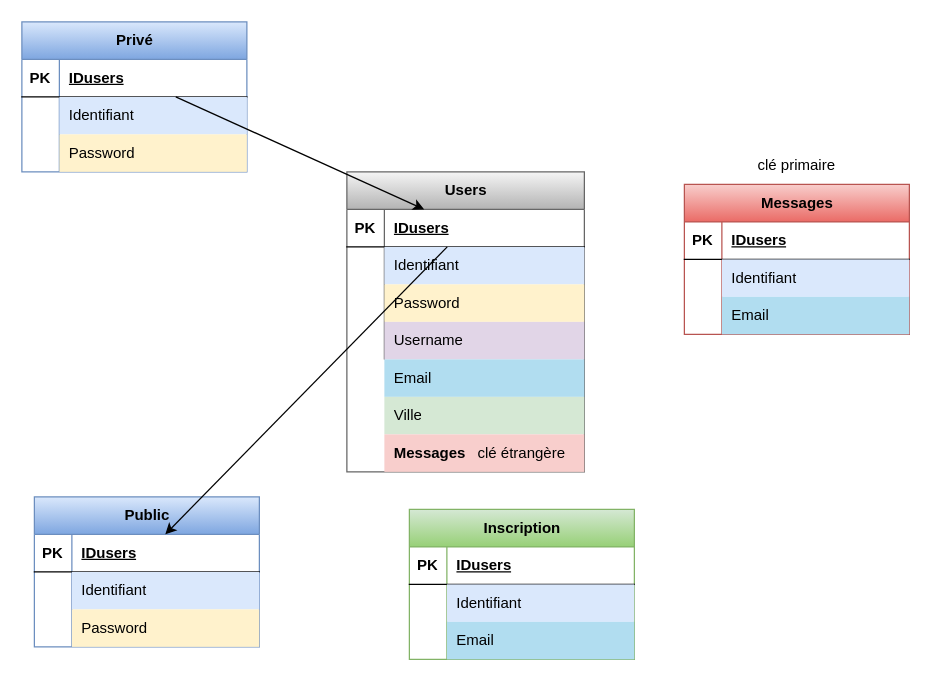
Above: sql/schema.drawio in SoleneVandercruyssen/Projet2 (draw.io), before the change. Source tidied: cells renumbered, new cells numbered last; positions are measured from the earlier drawing's top-left corner, leaving out a move shared by most shapes. Both pictures are drawn from the tidied source at 125%, with x=0, y=0 at pixel (21, 21).
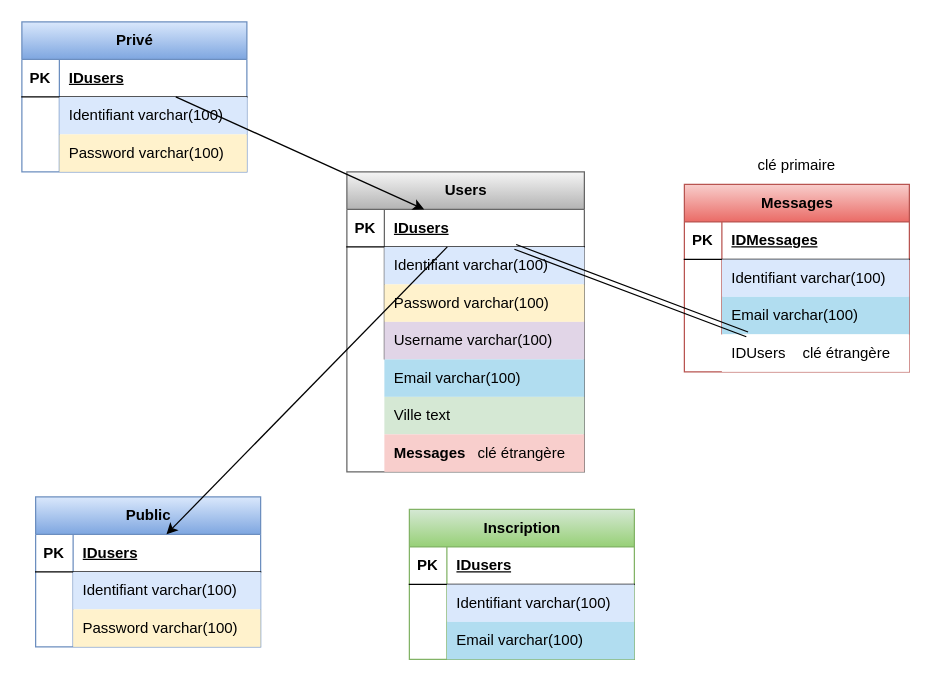
Above is the later version.

Unchanged cells that the change refers to:
```xml
<mxCell id="6" style="shape=tableRow;horizontal=0;startSize=0;swimlaneHead=0;swimlaneBody=0;fillColor=none;top=0;left=0;right=0;bottom=0;" parent="2" vertex="1">
  <mxGeometry y="60" width="180" height="30" as="geometry" />
</mxCell>
<mxCell id="9" style="shape=tableRow;horizontal=0;startSize=0;swimlaneHead=0;swimlaneBody=0;fillColor=none;top=0;left=0;right=0;bottom=0;" parent="2" vertex="1">
  <mxGeometry y="90" width="180" height="30" as="geometry" />
</mxCell>
<mxCell id="13" style="shape=tableRow;horizontal=0;startSize=0;swimlaneHead=0;swimlaneBody=0;fillColor=none;points=[[0,0.5],[1,0.5]];portConstraint=eastwest;top=0;left=0;right=0;bottom=1;" parent="12" vertex="1">
  <mxGeometry y="30" width="190" height="30" as="geometry" />
</mxCell>
<mxCell id="16" style="shape=tableRow;horizontal=0;startSize=0;swimlaneHead=0;swimlaneBody=0;fillColor=none;top=0;left=0;right=0;bottom=0;" parent="12" vertex="1">
  <mxGeometry y="60" width="190" height="30" as="geometry" />
</mxCell>
<mxCell id="19" style="shape=tableRow;horizontal=0;startSize=0;swimlaneHead=0;swimlaneBody=0;fillColor=none;top=0;left=0;right=0;bottom=0;" parent="12" vertex="1">
  <mxGeometry y="90" width="190" height="30" as="geometry" />
</mxCell>
<mxCell id="22" style="shape=tableRow;horizontal=0;startSize=0;swimlaneHead=0;swimlaneBody=0;fillColor=none;top=0;left=0;right=0;bottom=0;" parent="12" vertex="1">
  <mxGeometry y="120" width="190" height="30" as="geometry" />
</mxCell>
<mxCell id="31" style="shape=tableRow;horizontal=0;startSize=0;swimlaneHead=0;swimlaneBody=0;fillColor=none;top=0;left=0;right=0;bottom=0;" parent="27" vertex="1">
  <mxGeometry y="60" width="180" height="30" as="geometry" />
</mxCell>
<mxCell id="34" style="shape=tableRow;horizontal=0;startSize=0;swimlaneHead=0;swimlaneBody=0;fillColor=none;top=0;left=0;right=0;bottom=0;" parent="27" vertex="1">
  <mxGeometry y="90" width="180" height="30" as="geometry" />
</mxCell>
<mxCell id="42" style="shape=tableRow;horizontal=0;startSize=0;swimlaneHead=0;swimlaneBody=0;fillColor=none;top=0;left=0;right=0;bottom=0;" parent="38" vertex="1">
  <mxGeometry y="60" width="180" height="30" as="geometry" />
</mxCell>
<mxCell id="45" style="shape=tableRow;horizontal=0;startSize=0;swimlaneHead=0;swimlaneBody=0;fillColor=none;top=0;left=0;right=0;bottom=0;" parent="38" vertex="1">
  <mxGeometry y="90" width="180" height="30" as="geometry" />
</mxCell>
<mxCell id="51" style="shape=tableRow;horizontal=0;startSize=0;swimlaneHead=0;swimlaneBody=0;fillColor=none;top=0;left=0;right=0;bottom=1;" parent="50" vertex="1">
  <mxGeometry y="30" width="180" height="30" as="geometry" />
</mxCell>
<mxCell id="54" style="shape=tableRow;horizontal=0;startSize=0;swimlaneHead=0;swimlaneBody=0;fillColor=none;top=0;left=0;right=0;bottom=0;" parent="50" vertex="1">
  <mxGeometry y="60" width="180" height="30" as="geometry" />
</mxCell>
<mxCell id="57" style="shape=tableRow;horizontal=0;startSize=0;swimlaneHead=0;swimlaneBody=0;fillColor=none;top=0;left=0;right=0;bottom=0;" parent="50" vertex="1">
  <mxGeometry y="90" width="180" height="30" as="geometry" />
</mxCell>
```

What changed in the source:
```diff
@@
-    <mxCell id="8" value="Identifiant" style="shape=partialRectangle;fillColor=#dae8fc;top=0;left=0;bottom=0;right=0;align=left;spacingLeft=6;overflow=hidden;whiteSpace=wrap;html=1;strokeColor=#6c8ebf;" parent="6" vertex="1">
+    <mxCell id="8" value="Identifiant&amp;nbsp;&lt;span style=&quot;color: rgb(0, 0, 0);&quot;&gt;varchar(100)&lt;/span&gt;" style="shape=partialRectangle;fillColor=#dae8fc;top=0;left=0;bottom=0;right=0;align=left;spacingLeft=6;overflow=hidden;whiteSpace=wrap;html=1;strokeColor=#6c8ebf;" parent="6" vertex="1">
       <mxGeometry x="30" width="150" height="30" as="geometry" />
     </mxCell>
@@
-    <mxCell id="11" value="Password" style="shape=partialRectangle;fillColor=#fff2cc;top=0;left=0;bottom=0;right=0;align=left;spacingLeft=6;overflow=hidden;whiteSpace=wrap;html=1;strokeColor=#d6b656;" parent="9" vertex="1">
+    <mxCell id="11" value="Password&amp;nbsp;&lt;span style=&quot;color: rgb(0, 0, 0);&quot;&gt;varchar(100)&lt;/span&gt;" style="shape=partialRectangle;fillColor=#fff2cc;top=0;left=0;bottom=0;right=0;align=left;spacingLeft=6;overflow=hidden;whiteSpace=wrap;html=1;strokeColor=#d6b656;" parent="9" vertex="1">
       <mxGeometry x="30" width="150" height="30" as="geometry" />
     </mxCell>
@@
-    <mxCell id="18" value="Identifiant" style="shape=partialRectangle;fillColor=#dae8fc;top=0;left=0;bottom=0;right=0;align=left;spacingLeft=6;overflow=hidden;whiteSpace=wrap;html=1;strokeColor=#6c8ebf;" parent="16" vertex="1">
+    <mxCell id="18" value="Identifiant&amp;nbsp;&lt;span style=&quot;color: rgb(0, 0, 0);&quot;&gt;varchar(100)&lt;/span&gt;" style="shape=partialRectangle;fillColor=#dae8fc;top=0;left=0;bottom=0;right=0;align=left;spacingLeft=6;overflow=hidden;whiteSpace=wrap;html=1;strokeColor=#6c8ebf;" parent="16" vertex="1">
       <mxGeometry x="30" width="160" height="30" as="geometry" />
     </mxCell>
@@
-    <mxCell id="21" value="Password" style="shape=partialRectangle;fillColor=#fff2cc;top=0;left=0;bottom=0;right=0;align=left;spacingLeft=6;overflow=hidden;whiteSpace=wrap;html=1;strokeColor=#d6b656;" parent="19" vertex="1">
+    <mxCell id="21" value="Password&amp;nbsp;&lt;span style=&quot;color: rgb(0, 0, 0);&quot;&gt;varchar(100)&lt;/span&gt;" style="shape=partialRectangle;fillColor=#fff2cc;top=0;left=0;bottom=0;right=0;align=left;spacingLeft=6;overflow=hidden;whiteSpace=wrap;html=1;strokeColor=#d6b656;" parent="19" vertex="1">
       <mxGeometry x="30" width="160" height="30" as="geometry" />
     </mxCell>
@@
-    <mxCell id="24" value="Username" style="shape=partialRectangle;fillColor=#e1d5e7;top=0;left=0;bottom=0;right=0;align=left;spacingLeft=6;overflow=hidden;whiteSpace=wrap;html=1;strokeColor=#9673a6;" parent="22" vertex="1">
+    <mxCell id="24" value="Username&amp;nbsp;&lt;span style=&quot;color: rgb(0, 0, 0);&quot;&gt;varchar(100)&lt;/span&gt;" style="shape=partialRectangle;fillColor=#e1d5e7;top=0;left=0;bottom=0;right=0;align=left;spacingLeft=6;overflow=hidden;whiteSpace=wrap;html=1;strokeColor=#9673a6;" parent="22" vertex="1">
       <mxGeometry x="30" width="160" height="30" as="geometry" />
     </mxCell>
@@
-    <mxCell id="26" value="Email" style="shape=partialRectangle;fillColor=#b1ddf0;top=0;left=0;bottom=0;right=0;align=left;spacingLeft=6;overflow=hidden;whiteSpace=wrap;html=1;strokeColor=#10739e;" parent="1" vertex="1">
+    <mxCell id="26" value="Email&amp;nbsp;&lt;span style=&quot;color: rgb(0, 0, 0);&quot;&gt;varchar(100)&lt;/span&gt;" style="shape=partialRectangle;fillColor=#b1ddf0;top=0;left=0;bottom=0;right=0;align=left;spacingLeft=6;overflow=hidden;whiteSpace=wrap;html=1;strokeColor=#10739e;" parent="1" vertex="1">
       <mxGeometry x="290" y="270" width="160" height="30" as="geometry" />
     </mxCell>
     <mxCell id="27" value="Public" style="shape=table;startSize=30;childLayout=tableLayout;rowLines=0;fontStyle=1;align=center;html=1;fillColor=#dae8fc;gradientColor=#7ea6e0;strokeColor=#6c8ebf;" parent="1" vertex="1">
-      <mxGeometry x="10" y="380" width="180" height="120" as="geometry" />
+      <mxGeometry x="11" y="380" width="180" height="120" as="geometry" />
     </mxCell>
@@
-    <mxCell id="33" value="Identifiant" style="shape=partialRectangle;fillColor=#dae8fc;top=0;left=0;bottom=0;right=0;align=left;spacingLeft=6;overflow=hidden;whiteSpace=wrap;html=1;strokeColor=#6c8ebf;" parent="31" vertex="1">
+    <mxCell id="33" value="Identifiant&amp;nbsp;&lt;span style=&quot;color: rgb(0, 0, 0);&quot;&gt;varchar(100)&lt;/span&gt;" style="shape=partialRectangle;fillColor=#dae8fc;top=0;left=0;bottom=0;right=0;align=left;spacingLeft=6;overflow=hidden;whiteSpace=wrap;html=1;strokeColor=#6c8ebf;" parent="31" vertex="1">
       <mxGeometry x="30" width="150" height="30" as="geometry" />
     </mxCell>
@@
-    <mxCell id="36" value="Password" style="shape=partialRectangle;fillColor=#fff2cc;top=0;left=0;bottom=0;right=0;align=left;spacingLeft=6;overflow=hidden;whiteSpace=wrap;html=1;strokeColor=#d6b656;" parent="34" vertex="1">
+    <mxCell id="36" value="Password&amp;nbsp;&lt;span style=&quot;color: rgb(0, 0, 0);&quot;&gt;varchar(100)&lt;/span&gt;" style="shape=partialRectangle;fillColor=#fff2cc;top=0;left=0;bottom=0;right=0;align=left;spacingLeft=6;overflow=hidden;whiteSpace=wrap;html=1;strokeColor=#d6b656;" parent="34" vertex="1">
       <mxGeometry x="30" width="150" height="30" as="geometry" />
     </mxCell>
@@
-    <mxCell id="44" value="Identifiant" style="shape=partialRectangle;fillColor=#dae8fc;top=0;left=0;bottom=0;right=0;align=left;spacingLeft=6;overflow=hidden;whiteSpace=wrap;html=1;strokeColor=#6c8ebf;" parent="42" vertex="1">
+    <mxCell id="44" value="Identifiant&amp;nbsp;&lt;span style=&quot;color: rgb(0, 0, 0);&quot;&gt;varchar(100)&lt;/span&gt;" style="shape=partialRectangle;fillColor=#dae8fc;top=0;left=0;bottom=0;right=0;align=left;spacingLeft=6;overflow=hidden;whiteSpace=wrap;html=1;strokeColor=#6c8ebf;" parent="42" vertex="1">
       <mxGeometry x="30" width="150" height="30" as="geometry" />
     </mxCell>
@@
-    <mxCell id="47" value="Email" style="shape=partialRectangle;fillColor=#b1ddf0;top=0;left=0;bottom=0;right=0;align=left;spacingLeft=6;overflow=hidden;whiteSpace=wrap;html=1;strokeColor=#10739e;" parent="45" vertex="1">
+    <mxCell id="47" value="Email&amp;nbsp;&lt;span style=&quot;color: rgb(0, 0, 0);&quot;&gt;varchar(100)&lt;/span&gt;" style="shape=partialRectangle;fillColor=#b1ddf0;top=0;left=0;bottom=0;right=0;align=left;spacingLeft=6;overflow=hidden;whiteSpace=wrap;html=1;strokeColor=#10739e;" parent="45" vertex="1">
       <mxGeometry x="30" width="150" height="30" as="geometry" />
     </mxCell>
-    <mxCell id="48" value="Ville" style="shape=partialRectangle;fillColor=#d5e8d4;top=0;left=0;bottom=0;right=0;align=left;spacingLeft=6;overflow=hidden;whiteSpace=wrap;html=1;strokeColor=#82b366;" parent="1" vertex="1">
+    <mxCell id="48" value="Ville text" style="shape=partialRectangle;fillColor=#d5e8d4;top=0;left=0;bottom=0;right=0;align=left;spacingLeft=6;overflow=hidden;whiteSpace=wrap;html=1;strokeColor=#82b366;" parent="1" vertex="1">
       <mxGeometry x="290" y="300" width="160" height="30" as="geometry" />
     </mxCell>
@@
     <mxCell id="50" value="Messages" style="shape=table;startSize=30;childLayout=tableLayout;rowLines=0;fontStyle=1;align=center;html=1;fillColor=#f8cecc;gradientColor=#ea6b66;strokeColor=#b85450;" parent="1" vertex="1">
-      <mxGeometry x="530" y="130" width="180" height="120" as="geometry" />
+      <mxGeometry x="530" y="130" width="180" height="150" as="geometry" />
     </mxCell>
@@
-    <mxCell id="53" value="IDusers" style="shape=partialRectangle;fillColor=none;top=0;left=0;bottom=0;right=0;align=left;spacingLeft=6;fontStyle=5;overflow=hidden;whiteSpace=wrap;html=1;" parent="51" vertex="1">
+    <mxCell id="53" value="IDMessages" style="shape=partialRectangle;fillColor=none;top=0;left=0;bottom=0;right=0;align=left;spacingLeft=6;fontStyle=5;overflow=hidden;whiteSpace=wrap;html=1;" parent="51" vertex="1">
       <mxGeometry x="30" width="150" height="30" as="geometry" />
     </mxCell>
@@
-    <mxCell id="56" value="Identifiant" style="shape=partialRectangle;fillColor=#dae8fc;top=0;left=0;bottom=0;right=0;align=left;spacingLeft=6;overflow=hidden;whiteSpace=wrap;html=1;strokeColor=#6c8ebf;" parent="54" vertex="1">
+    <mxCell id="56" value="Identifiant&amp;nbsp;&lt;span style=&quot;color: rgb(0, 0, 0);&quot;&gt;varchar(100)&lt;/span&gt;" style="shape=partialRectangle;fillColor=#dae8fc;top=0;left=0;bottom=0;right=0;align=left;spacingLeft=6;overflow=hidden;whiteSpace=wrap;html=1;strokeColor=#6c8ebf;" parent="54" vertex="1">
       <mxGeometry x="30" width="150" height="30" as="geometry" />
     </mxCell>
@@
-    <mxCell id="59" value="Email" style="shape=partialRectangle;fillColor=#b1ddf0;top=0;left=0;bottom=0;right=0;align=left;spacingLeft=6;overflow=hidden;whiteSpace=wrap;html=1;strokeColor=#10739e;" parent="57" vertex="1">
+    <mxCell id="59" value="Email&amp;nbsp;&lt;span style=&quot;color: rgb(0, 0, 0);&quot;&gt;varchar(100)&lt;/span&gt;" style="shape=partialRectangle;fillColor=#b1ddf0;top=0;left=0;bottom=0;right=0;align=left;spacingLeft=6;overflow=hidden;whiteSpace=wrap;html=1;strokeColor=#10739e;" parent="57" vertex="1">
       <mxGeometry x="30" width="150" height="30" as="geometry" />
     </mxCell>
@@
+    <mxCell id="62" style="shape=tableRow;horizontal=0;startSize=0;swimlaneHead=0;swimlaneBody=0;fillColor=none;points=[[0,0.5],[1,0.5]];portConstraint=eastwest;top=0;left=0;right=0;bottom=0;" parent="1" vertex="1">
+      <mxGeometry x="530" y="250" width="180" height="30" as="geometry" />
+    </mxCell>
+    <mxCell id="63" style="shape=partialRectangle;fillColor=none;top=0;left=0;bottom=0;right=0;overflow=hidden;whiteSpace=wrap;html=1;" parent="62" vertex="1">
+      <mxGeometry width="30" height="30" as="geometry" />
+    </mxCell>
+    <mxCell id="64" value="IDUsers" style="shape=partialRectangle;top=0;left=0;bottom=0;right=0;align=left;spacingLeft=6;overflow=hidden;whiteSpace=wrap;html=1;" parent="62" vertex="1">
+      <mxGeometry x="30" width="150" height="30" as="geometry" />
+    </mxCell>
+    <mxCell id="65" value="clé étrangère" style="text;strokeColor=none;align=center;fillColor=none;html=1;verticalAlign=middle;whiteSpace=wrap;rounded=0;" parent="1" vertex="1">
+      <mxGeometry x="620" y="250" width="80" height="30" as="geometry" />
+    </mxCell>
+    <mxCell id="66" style="edgeStyle=none;html=1;shape=link;" parent="1" edge="1" source="13" target="62">
+      <mxGeometry relative="1" as="geometry" />
+    </mxCell>
```
